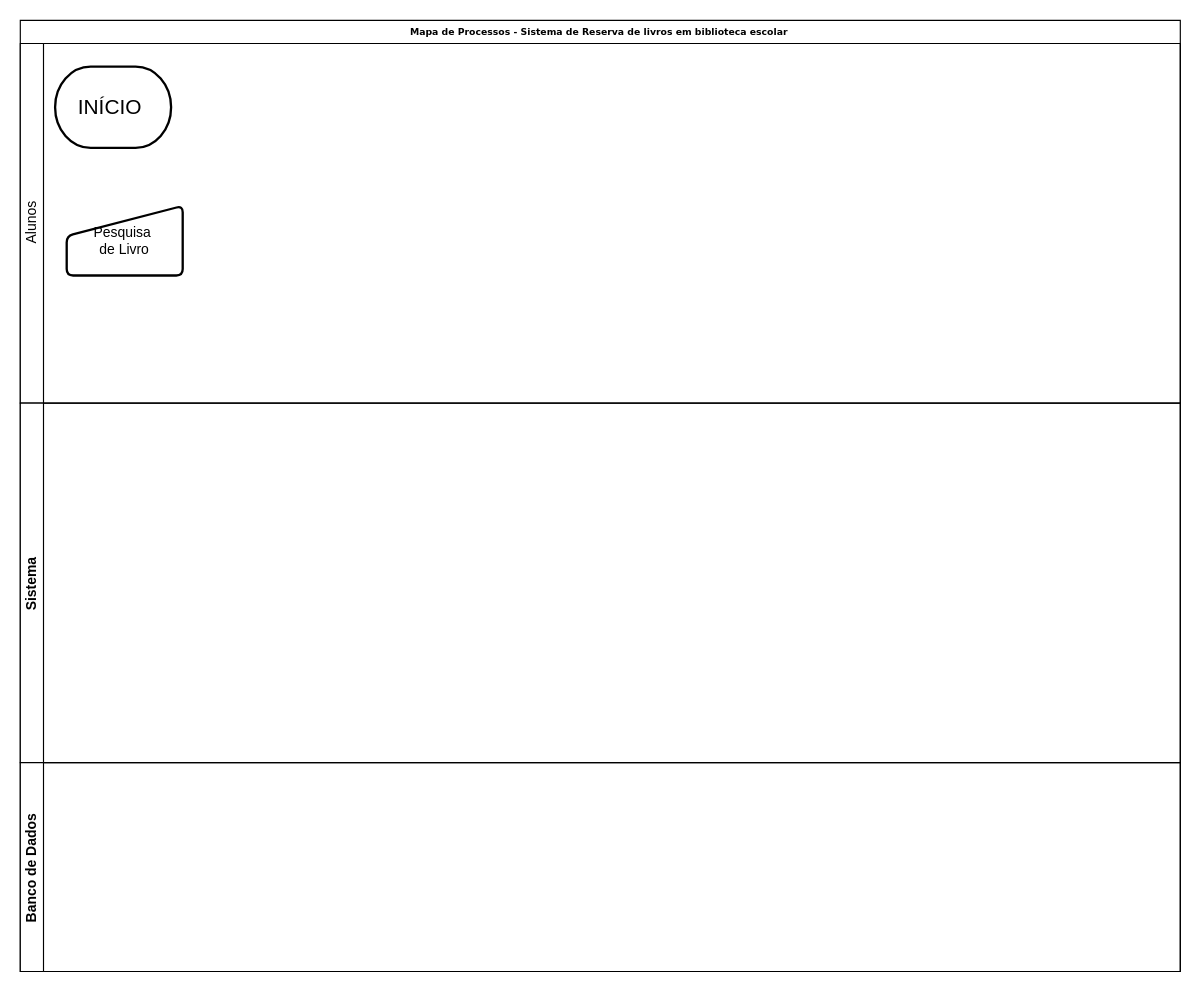
Earlier version of the draw.io diagram Untitled Diagram.drawio (lucascerdeira/IMC). Source tidied: cells renumbered, new cells numbered last; positions are measured from the earlier drawing's top-left corner, leaving out a move shared by most shapes. Both pictures are drawn from the tidied source at 116%, with x=0, y=0 at pixel (20, 20).
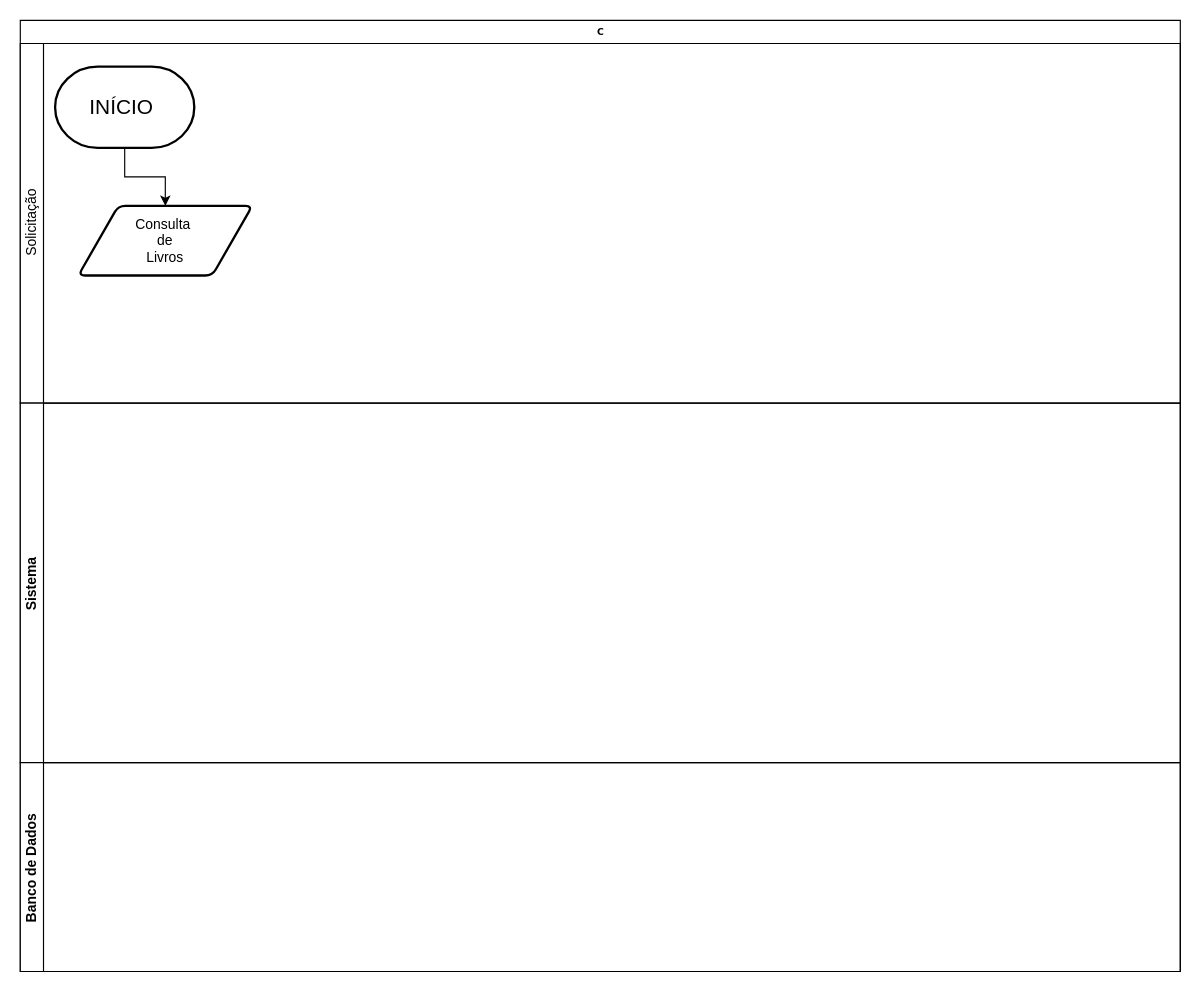
After the change.

The edit, as a diff of the source:
```diff
@@
 <mxGraphModel background="#ffffff">
   <root>
     <mxCell id="0" />
     <mxCell id="1" parent="0" />
-    <mxCell id="2" value="Mapa de Processos - Sistema de Reserva de livros em biblioteca escolar&amp;nbsp;" style="swimlane;html=1;horizontal=1;startSize=20;rounded=0;shadow=0;labelBackgroundColor=none;strokeWidth=1;fontFamily=Verdana;fontSize=8;align=center;" parent="1" vertex="1">
+    <mxCell id="2" value="C" style="swimlane;html=1;horizontal=1;startSize=20;rounded=0;shadow=0;labelBackgroundColor=none;strokeWidth=1;fontFamily=Verdana;fontSize=8;align=center;" parent="1" vertex="1">
       <mxGeometry width="1000" height="820" as="geometry" />
     </mxCell>
-    <mxCell id="3" value="Alunos" style="swimlane;html=1;startSize=20;horizontal=0;fontStyle=0;" parent="2" vertex="1">
+    <mxCell id="3" value="Solicitação" style="swimlane;html=1;startSize=20;horizontal=0;fontStyle=0;" parent="2" vertex="1">
       <mxGeometry y="20" width="1000" height="310" as="geometry" />
     </mxCell>
+    <mxCell id="9" style="edgeStyle=orthogonalEdgeStyle;rounded=0;jettySize=auto;html=1;entryX=0.5;entryY=0;entryDx=0;entryDy=0;" parent="3" edge="1" source="4" target="10">
+      <mxGeometry relative="1" as="geometry" />
+    </mxCell>
     <mxCell id="4" value="&lt;font style=&quot;font-size: 18px&quot;&gt;INÍCIO&amp;nbsp;&lt;/font&gt;" style="strokeWidth=2;html=1;shape=mxgraph.flowchart.terminator;whiteSpace=wrap;" parent="3" vertex="1">
-      <mxGeometry x="30" y="20" width="100" height="70" as="geometry" />
+      <mxGeometry x="30" y="20" width="120" height="70" as="geometry" />
     </mxCell>
-    <mxCell id="5" value="Pesquisa&amp;nbsp;&lt;br&gt;de Livro" style="html=1;strokeWidth=2;shape=manualInput;whiteSpace=wrap;rounded=1;size=26;arcSize=11;" parent="3" vertex="1">
-      <mxGeometry x="40" y="140" width="100" height="60" as="geometry" />
-    </mxCell>
+    <mxCell id="10" value="Consulta&amp;nbsp;&lt;br&gt;de&lt;br&gt;Livros" style="shape=parallelogram;html=1;strokeWidth=2;perimeter=parallelogramPerimeter;whiteSpace=wrap;rounded=1;arcSize=12;size=0.23;" parent="3" vertex="1">
+      <mxGeometry x="50" y="140" width="150" height="60" as="geometry" />
+    </mxCell>
     <mxCell id="6" value="Sistema&amp;nbsp;" style="swimlane;html=1;startSize=20;horizontal=0;" parent="2" vertex="1">
       <mxGeometry y="330" width="1000" height="310" as="geometry" />
     </mxCell>
     <mxCell id="7" value="Banco de Dados&amp;nbsp;" style="swimlane;html=1;startSize=20;horizontal=0;" parent="2" vertex="1">
       <mxGeometry y="640" width="1000" height="180" as="geometry" />
     </mxCell>
     <mxCell id="8" value="No" style="edgeStyle=orthogonalEdgeStyle;rounded=0;html=1;labelBackgroundColor=none;startArrow=none;startFill=0;startSize=5;endArrow=classicThin;endFill=1;endSize=5;jettySize=auto;orthogonalLoop=1;strokeWidth=1;fontFamily=Verdana;fontSize=8;" parent="2" edge="1">
       <mxGeometry x="-0.95" y="15" relative="1" as="geometry">
         <mxPoint x="155" y="257" as="targetPoint" />
         <Array as="points">
           <mxPoint x="345" y="440" />
           <mxPoint x="155" y="440" />
         </Array>
       </mxGeometry>
     </mxCell>
   </root>
 </mxGraphModel>
```
